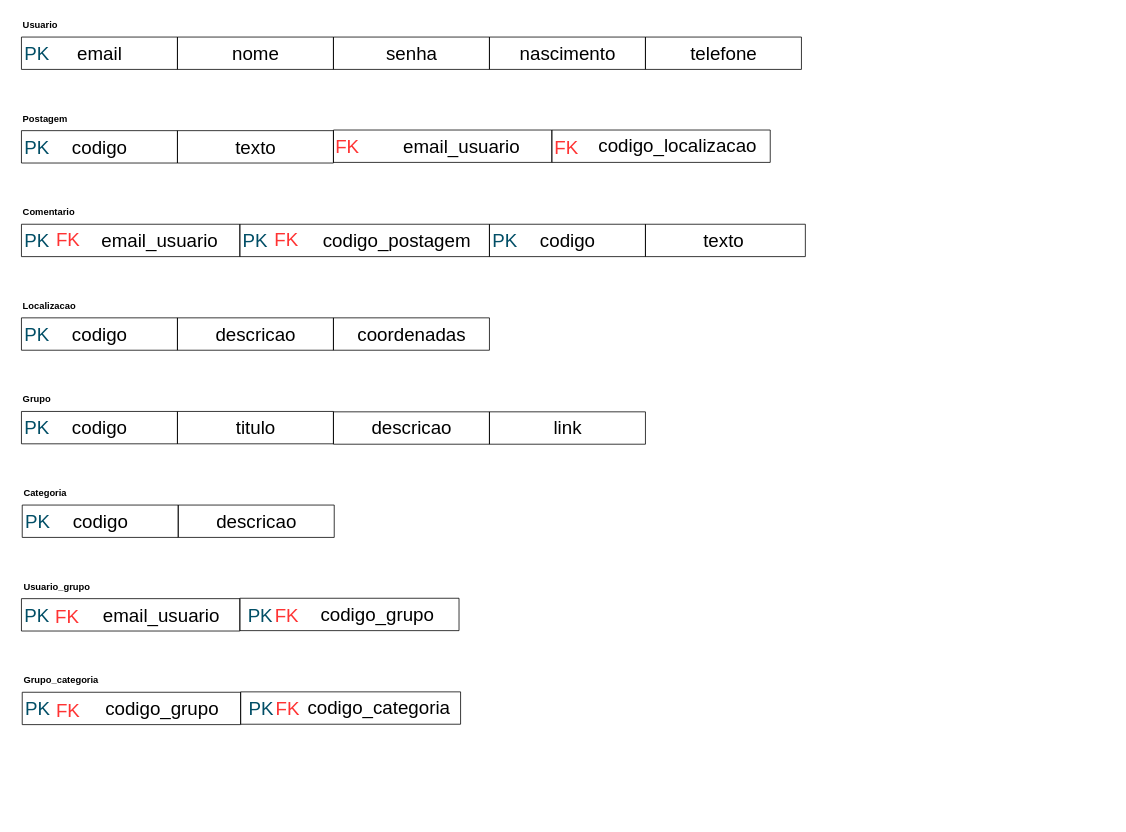
Above: Cópia do LEOBDATV6-2.drawio in Konitch/Diagram (draw.io), before the change. Source tidied: cells renumbered, new cells numbered last; positions are measured from the earlier drawing's top-left corner, leaving out a move shared by most shapes. Both pictures are drawn from the tidied source at 78%, with x=0, y=0 at pixel (13, 13).
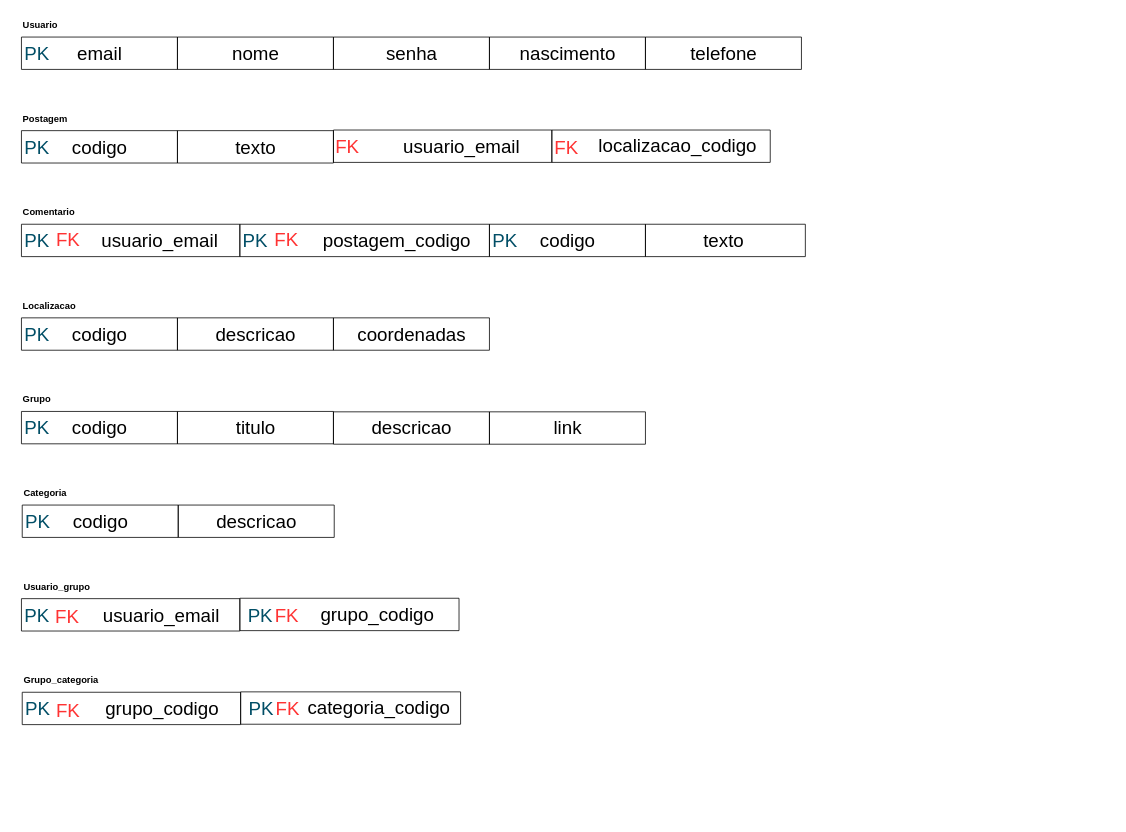
After the change.

Unchanged cells that the change refers to:
```xml
<mxCell id="12" style="swimlane;startSize=0;" parent="11" vertex="1">
  <mxGeometry width="280" height="41.5" as="geometry" />
</mxCell>
<mxCell id="15" style="swimlane;startSize=0;" parent="14" vertex="1">
  <mxGeometry width="280" height="41.5" as="geometry" />
</mxCell>
<mxCell id="22" style="swimlane;startSize=0;" parent="21" vertex="1">
  <mxGeometry width="280" height="41.5" as="geometry" />
</mxCell>
<mxCell id="27" style="swimlane;startSize=0;" parent="26" vertex="1">
  <mxGeometry width="320" height="41.5" as="geometry" />
</mxCell>
<mxCell id="89" style="swimlane;startSize=0;" parent="88" vertex="1">
  <mxGeometry width="280" height="41.5" as="geometry" />
</mxCell>
<mxCell id="94" style="swimlane;startSize=0;" parent="93" vertex="1">
  <mxGeometry width="281" height="41.5" as="geometry" />
</mxCell>
<mxCell id="102" style="swimlane;startSize=0;" parent="101" vertex="1">
  <mxGeometry width="280" height="41.5" as="geometry" />
</mxCell>
<mxCell id="107" style="swimlane;startSize=0;" parent="106" vertex="1">
  <mxGeometry width="282" height="41.5" as="geometry" />
</mxCell>
```

Change to the diagram source:
```diff
@@
-    <mxCell id="13" value="&lt;span style=&quot;font-size: 24px;&quot;&gt;email_usuario&lt;/span&gt;" style="text;html=1;align=center;verticalAlign=middle;strokeColor=none;fillColor=none;" parent="12" vertex="1">
+    <mxCell id="13" value="&lt;span style=&quot;font-size: 24px;&quot;&gt;usuario_email&lt;/span&gt;" style="text;html=1;align=center;verticalAlign=middle;strokeColor=none;fillColor=none;" parent="12" vertex="1">
       <mxGeometry x="79" y="1.5" width="170" height="40" as="geometry" />
     </mxCell>
@@
-    <mxCell id="16" value="&lt;span style=&quot;font-size: 24px;&quot;&gt;codigo_localizacao&lt;/span&gt;" style="text;html=1;align=center;verticalAlign=middle;strokeColor=none;fillColor=none;" parent="15" vertex="1">
+    <mxCell id="16" value="&lt;span style=&quot;font-size: 24px;&quot;&gt;localizacao_codigo&lt;/span&gt;" style="text;html=1;align=center;verticalAlign=middle;strokeColor=none;fillColor=none;" parent="15" vertex="1">
       <mxGeometry x="46" y="1" width="230" height="40" as="geometry" />
     </mxCell>
@@
-    <mxCell id="23" value="&lt;font style=&quot;font-size: 24px;&quot;&gt;email_usuario&lt;/font&gt;" style="text;html=1;align=center;verticalAlign=middle;strokeColor=none;fillColor=none;" parent="22" vertex="1">
+    <mxCell id="23" value="&lt;font style=&quot;font-size: 24px;&quot;&gt;usuario_email&lt;/font&gt;" style="text;html=1;align=center;verticalAlign=middle;strokeColor=none;fillColor=none;" parent="22" vertex="1">
       <mxGeometry x="92" y="1.5" width="170" height="40" as="geometry" />
     </mxCell>
@@
-    <mxCell id="28" value="&lt;font style=&quot;font-size: 24px;&quot;&gt;codigo_postagem&lt;/font&gt;" style="text;html=1;align=center;verticalAlign=middle;strokeColor=none;fillColor=none;" parent="27" vertex="1">
+    <mxCell id="28" value="&lt;font style=&quot;font-size: 24px;&quot;&gt;postagem_codigo&lt;/font&gt;" style="text;html=1;align=center;verticalAlign=middle;strokeColor=none;fillColor=none;" parent="27" vertex="1">
       <mxGeometry x="96.2" y="1.5" width="210" height="40" as="geometry" />
     </mxCell>
@@
-    <mxCell id="90" value="&lt;font style=&quot;font-size: 24px;&quot;&gt;email_usuario&lt;/font&gt;" style="text;html=1;align=center;verticalAlign=middle;strokeColor=none;fillColor=none;" parent="89" vertex="1">
+    <mxCell id="90" value="&lt;font style=&quot;font-size: 24px;&quot;&gt;usuario_email&lt;/font&gt;" style="text;html=1;align=center;verticalAlign=middle;strokeColor=none;fillColor=none;" parent="89" vertex="1">
       <mxGeometry x="94" y="1.5" width="170" height="40" as="geometry" />
     </mxCell>
@@
-    <mxCell id="95" value="&lt;font style=&quot;font-size: 24px;&quot;&gt;codigo_grupo&lt;/font&gt;" style="text;html=1;align=center;verticalAlign=middle;strokeColor=none;fillColor=none;" parent="94" vertex="1">
+    <mxCell id="95" value="&lt;font style=&quot;font-size: 24px;&quot;&gt;grupo_codigo&lt;/font&gt;" style="text;html=1;align=center;verticalAlign=middle;strokeColor=none;fillColor=none;" parent="94" vertex="1">
       <mxGeometry x="90.7" y="1.5" width="170" height="40" as="geometry" />
     </mxCell>
@@
-    <mxCell id="103" value="&lt;font style=&quot;font-size: 24px;&quot;&gt;codigo_grupo&lt;/font&gt;" style="text;html=1;align=center;verticalAlign=middle;strokeColor=none;fillColor=none;" parent="102" vertex="1">
+    <mxCell id="103" value="&lt;font style=&quot;font-size: 24px;&quot;&gt;grupo_codigo&lt;/font&gt;" style="text;html=1;align=center;verticalAlign=middle;strokeColor=none;fillColor=none;" parent="102" vertex="1">
       <mxGeometry x="94" y="1.5" width="170" height="40" as="geometry" />
     </mxCell>
@@
-    <mxCell id="108" value="&lt;font style=&quot;font-size: 24px;&quot;&gt;codigo_categoria&lt;/font&gt;" style="text;html=1;align=center;verticalAlign=middle;strokeColor=none;fillColor=none;" parent="107" vertex="1">
+    <mxCell id="108" value="&lt;font style=&quot;font-size: 24px;&quot;&gt;categoria_codigo&lt;/font&gt;" style="text;html=1;align=center;verticalAlign=middle;strokeColor=none;fillColor=none;" parent="107" vertex="1">
       <mxGeometry x="72" width="210" height="40" as="geometry" />
     </mxCell>
```
